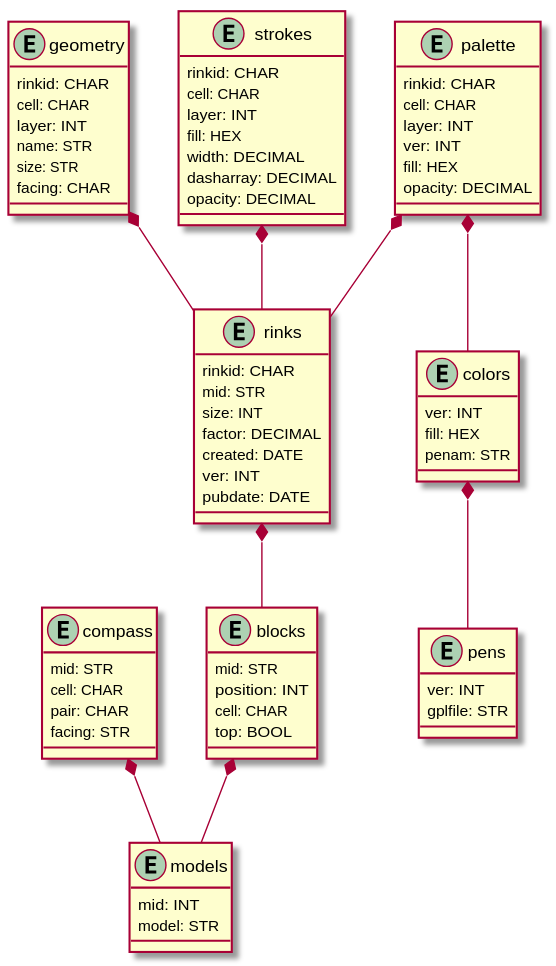
The PlantUML diagram tutorial/dbentity2.svg in snow6oy/recurrink, before a commit.
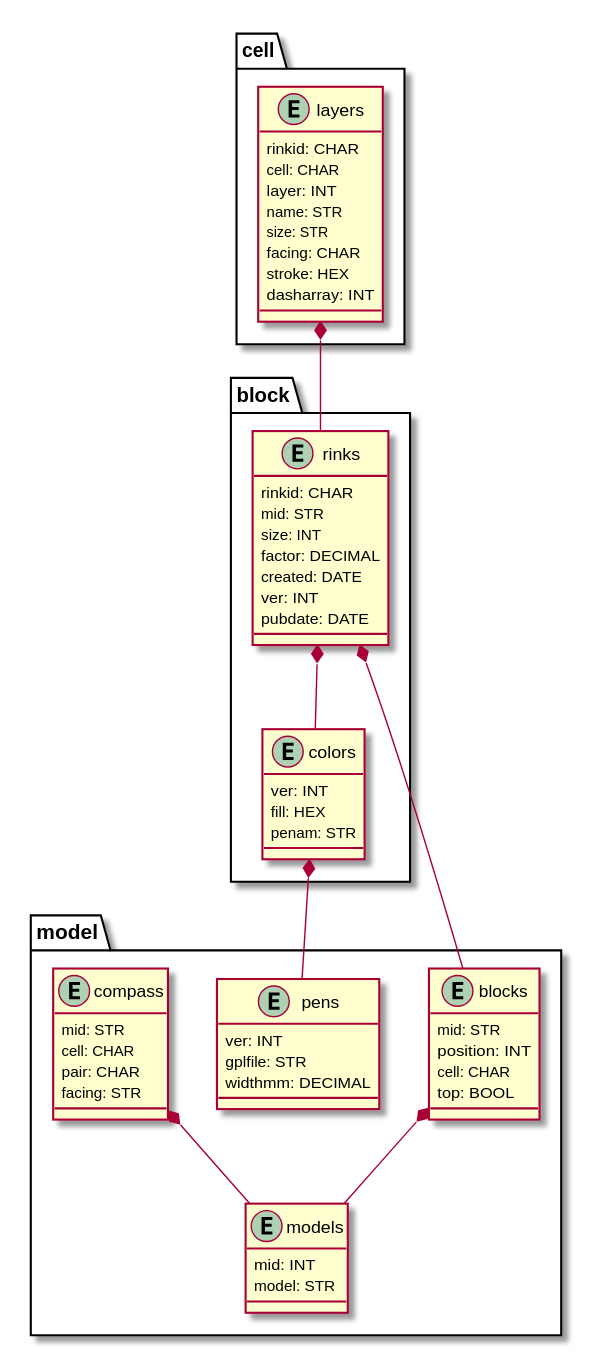
After the commit.

Commit message:
data model aligned with postgres

What changed in the source:
```diff
@@ -1,74 +1,63 @@
 @startuml
 
-
-entity blocks {
-  mid: STR
-  position: INT
-  cell: CHAR
-  top: BOOL
+package "model" {
+  entity pens {
+   ver: INT
+   gplfile: STR
+   widthmm: DECIMAL
+  }
+  entity models {
+    mid: INT
+    model: STR
+  }
+  entity blocks {
+    mid: STR
+    position: INT
+    cell: CHAR
+    top: BOOL
+  }
+  entity compass {
+    mid: STR
+    cell: CHAR
+    pair: CHAR
+    facing: STR
+  }
 }
-entity compass {
-  mid: STR
-  cell: CHAR
-  pair: CHAR
-  facing: STR
+package "block" {
+  entity colors {
+    ver: INT
+    fill: HEX
+    penam: STR
+  }
+  entity rinks {
+    rinkid: CHAR
+    mid: STR
+    size: INT
+    factor: DECIMAL
+    created: DATE
+    ver: INT
+    pubdate: DATE
+  }
 }
-entity geometry {
-  rinkid: CHAR
-  cell: CHAR
-  layer: INT
-  name: STR
-  size: STR
-  facing: CHAR
-}
-entity pens {
- ver: INT
- gplfile: STR
-}
-entity palette {
-  rinkid: CHAR
-  cell: CHAR
-  layer: INT
-  ver: INT
-  fill: HEX
-  opacity: DECIMAL
-}
-entity models {
-  mid: INT
-  model: STR
-}
-entity colors {
-  ver: INT
-  fill: HEX
-  penam: STR
-}
-entity strokes {
-  rinkid: CHAR
-  cell: CHAR
-  layer: INT
-  fill: HEX
-  width: DECIMAL
-  dasharray: DECIMAL
-  opacity: DECIMAL
-}
-entity rinks {
-  rinkid: CHAR
-  mid: STR
-  size: INT
-  factor: DECIMAL
-  created: DATE
-  ver: INT
-  pubdate: DATE
+package "cell" {
+  entity layers {
+    rinkid: CHAR
+    cell: CHAR
+    layer: INT
+    name: STR
+    size: STR
+    facing: CHAR
+    stroke: HEX
+    dasharray: INT
+  }
 }
 
 
-strokes *-- rinks
-geometry *-- rinks
-palette *-- rinks
-rinks *-- blocks
-palette *-- colors
-colors *-- pens
-blocks *-- models
+layers  *-- rinks
+rinks   *-- blocks
+rinks   *-- colors
+colors  *-- pens
+blocks  *-- models
 compass *-- models
 
 @enduml
```
